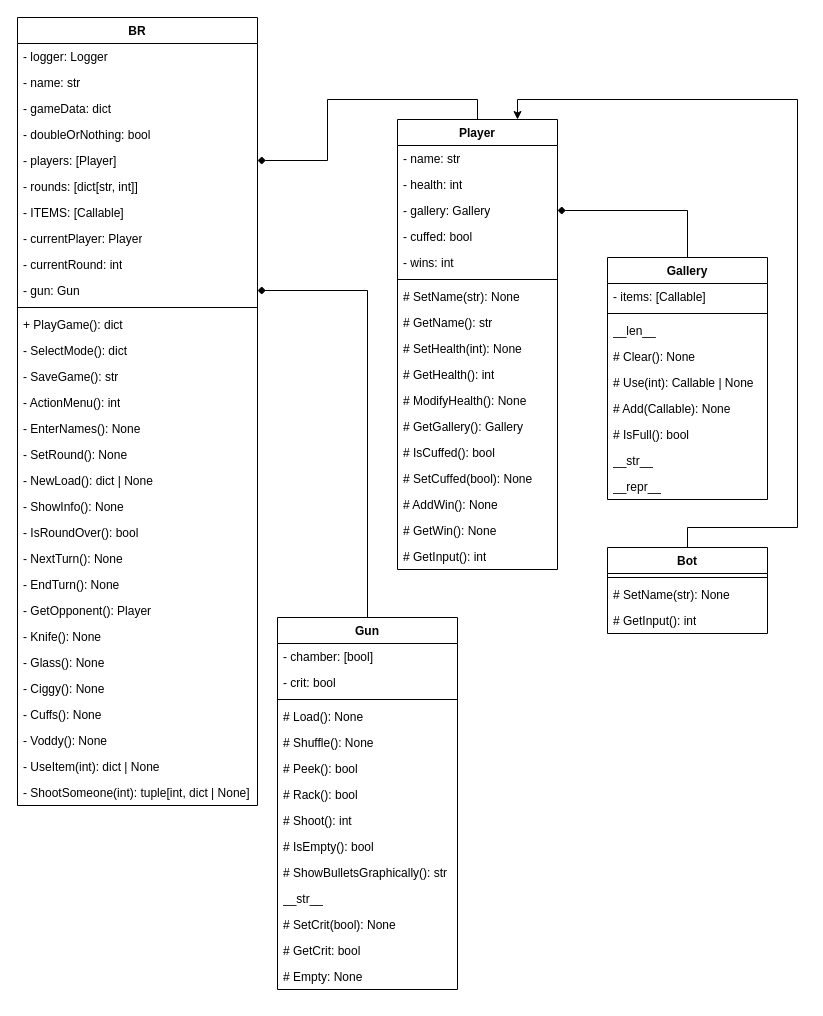
This is BR_OOPDiagram.drawio from StreetTT/BackshotRoulette, a draw.io file, before an edit. Source tidied: cells renumbered, new cells numbered last; positions are measured from the earlier drawing's top-left corner, leaving out a move shared by most shapes. Both pictures are drawn from the tidied source at 100%, with x=0, y=0 at pixel (17, 17).
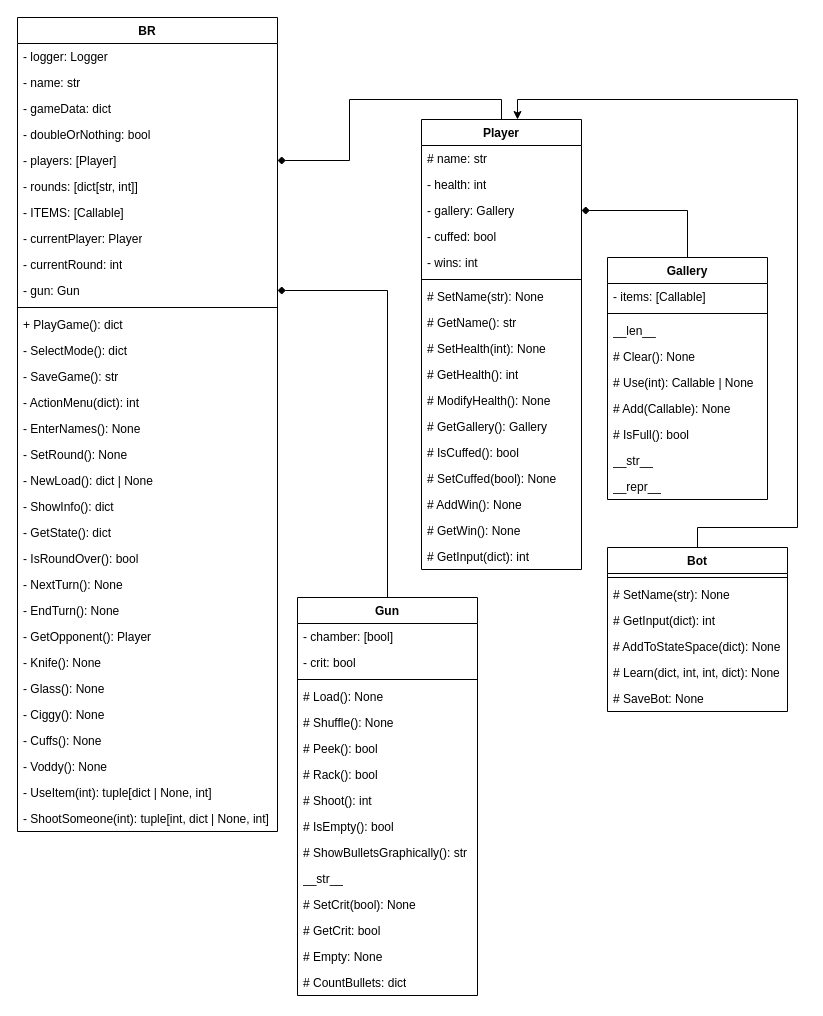
Above is the later version.

Diff of the diagram source:
```diff
@@
     <mxCell id="2" value="BR" style="swimlane;fontStyle=1;align=center;verticalAlign=top;horizontal=1;startSize=26;whiteSpace=wrap;html=1;" parent="1" vertex="1">
-      <mxGeometry width="240" height="788" as="geometry" />
+      <mxGeometry width="260" height="814" as="geometry" />
     </mxCell>
     <mxCell id="3" value="- logger: Logger" style="text;strokeColor=none;fillColor=none;align=left;verticalAlign=top;spacingLeft=4;spacingRight=4;overflow=hidden;whiteSpace=wrap;html=1;" parent="2" vertex="1">
-      <mxGeometry y="26" width="240" height="26" as="geometry" />
+      <mxGeometry y="26" width="260" height="26" as="geometry" />
     </mxCell>
     <mxCell id="4" value="- name: str" style="text;strokeColor=none;fillColor=none;align=left;verticalAlign=top;spacingLeft=4;spacingRight=4;overflow=hidden;whiteSpace=wrap;html=1;" parent="2" vertex="1">
-      <mxGeometry y="52" width="240" height="26" as="geometry" />
+      <mxGeometry y="52" width="260" height="26" as="geometry" />
     </mxCell>
     <mxCell id="5" value="&lt;div&gt;- gameData: dict&lt;/div&gt;" style="text;strokeColor=none;fillColor=none;align=left;verticalAlign=top;spacingLeft=4;spacingRight=4;overflow=hidden;whiteSpace=wrap;html=1;" parent="2" vertex="1">
-      <mxGeometry y="78" width="240" height="26" as="geometry" />
+      <mxGeometry y="78" width="260" height="26" as="geometry" />
     </mxCell>
     <mxCell id="6" value="- doubleOrNothing: bool" style="text;strokeColor=none;fillColor=none;align=left;verticalAlign=top;spacingLeft=4;spacingRight=4;overflow=hidden;whiteSpace=wrap;html=1;" parent="2" vertex="1">
-      <mxGeometry y="104" width="240" height="26" as="geometry" />
+      <mxGeometry y="104" width="260" height="26" as="geometry" />
     </mxCell>
     <mxCell id="7" value="- players: [Player]" style="text;strokeColor=none;fillColor=none;align=left;verticalAlign=top;spacingLeft=4;spacingRight=4;overflow=hidden;points=[[0,0.5],[1,0.5]];portConstraint=eastwest;whiteSpace=wrap;html=1;" parent="2" vertex="1">
-      <mxGeometry y="130" width="240" height="26" as="geometry" />
+      <mxGeometry y="130" width="260" height="26" as="geometry" />
     </mxCell>
     <mxCell id="8" value="- rounds: [dict[str, int]]" style="text;strokeColor=none;fillColor=none;align=left;verticalAlign=top;spacingLeft=4;spacingRight=4;overflow=hidden;whiteSpace=wrap;html=1;" parent="2" vertex="1">
-      <mxGeometry y="156" width="240" height="26" as="geometry" />
+      <mxGeometry y="156" width="260" height="26" as="geometry" />
     </mxCell>
     <mxCell id="9" value="- ITEMS: [Callable]" style="text;strokeColor=none;fillColor=none;align=left;verticalAlign=top;spacingLeft=4;spacingRight=4;overflow=hidden;whiteSpace=wrap;html=1;" parent="2" vertex="1">
-      <mxGeometry y="182" width="240" height="26" as="geometry" />
+      <mxGeometry y="182" width="260" height="26" as="geometry" />
     </mxCell>
     <mxCell id="10" value="- currentPlayer: Player" style="text;strokeColor=none;fillColor=none;align=left;verticalAlign=top;spacingLeft=4;spacingRight=4;overflow=hidden;whiteSpace=wrap;html=1;" parent="2" vertex="1">
-      <mxGeometry y="208" width="240" height="26" as="geometry" />
+      <mxGeometry y="208" width="260" height="26" as="geometry" />
     </mxCell>
     <mxCell id="11" value="- currentRound: int" style="text;strokeColor=none;fillColor=none;align=left;verticalAlign=top;spacingLeft=4;spacingRight=4;overflow=hidden;whiteSpace=wrap;html=1;" parent="2" vertex="1">
-      <mxGeometry y="234" width="240" height="26" as="geometry" />
+      <mxGeometry y="234" width="260" height="26" as="geometry" />
     </mxCell>
     <mxCell id="12" value="- gun: Gun" style="text;strokeColor=none;fillColor=none;align=left;verticalAlign=top;spacingLeft=4;spacingRight=4;overflow=hidden;points=[[0,0.5],[1,0.5]];portConstraint=eastwest;whiteSpace=wrap;html=1;" parent="2" vertex="1">
-      <mxGeometry y="260" width="240" height="26" as="geometry" />
+      <mxGeometry y="260" width="260" height="26" as="geometry" />
     </mxCell>
     <mxCell id="13" style="line;strokeWidth=1;fillColor=none;align=left;verticalAlign=middle;spacingTop=-1;spacingLeft=3;spacingRight=3;labelPosition=right;strokeColor=inherit;" parent="2" vertex="1">
-      <mxGeometry y="286" width="240" height="8" as="geometry" />
+      <mxGeometry y="286" width="260" height="8" as="geometry" />
     </mxCell>
     <mxCell id="14" value="+ PlayGame(): dict" style="text;strokeColor=none;fillColor=none;align=left;verticalAlign=top;spacingLeft=4;spacingRight=4;overflow=hidden;whiteSpace=wrap;html=1;" parent="2" vertex="1">
-      <mxGeometry y="294" width="240" height="26" as="geometry" />
+      <mxGeometry y="294" width="260" height="26" as="geometry" />
     </mxCell>
     <mxCell id="15" value="- SelectMode(): dict" style="text;strokeColor=none;fillColor=none;align=left;verticalAlign=top;spacingLeft=4;spacingRight=4;overflow=hidden;whiteSpace=wrap;html=1;" parent="2" vertex="1">
-      <mxGeometry y="320" width="240" height="26" as="geometry" />
+      <mxGeometry y="320" width="260" height="26" as="geometry" />
     </mxCell>
     <mxCell id="16" value="- SaveGame(): str" style="text;strokeColor=none;fillColor=none;align=left;verticalAlign=top;spacingLeft=4;spacingRight=4;overflow=hidden;whiteSpace=wrap;html=1;" parent="2" vertex="1">
-      <mxGeometry y="346" width="240" height="26" as="geometry" />
+      <mxGeometry y="346" width="260" height="26" as="geometry" />
     </mxCell>
-    <mxCell id="17" value="- ActionMenu(): int" style="text;strokeColor=none;fillColor=none;align=left;verticalAlign=top;spacingLeft=4;spacingRight=4;overflow=hidden;whiteSpace=wrap;html=1;" parent="2" vertex="1">
-      <mxGeometry y="372" width="240" height="26" as="geometry" />
+    <mxCell id="17" value="- ActionMenu(dict): int" style="text;strokeColor=none;fillColor=none;align=left;verticalAlign=top;spacingLeft=4;spacingRight=4;overflow=hidden;whiteSpace=wrap;html=1;" parent="2" vertex="1">
+      <mxGeometry y="372" width="260" height="26" as="geometry" />
     </mxCell>
     <mxCell id="18" value="- EnterNames(): None" style="text;strokeColor=none;fillColor=none;align=left;verticalAlign=top;spacingLeft=4;spacingRight=4;overflow=hidden;whiteSpace=wrap;html=1;" parent="2" vertex="1">
-      <mxGeometry y="398" width="240" height="26" as="geometry" />
+      <mxGeometry y="398" width="260" height="26" as="geometry" />
     </mxCell>
     <mxCell id="19" value="- SetRound(): None" style="text;strokeColor=none;fillColor=none;align=left;verticalAlign=top;spacingLeft=4;spacingRight=4;overflow=hidden;whiteSpace=wrap;html=1;" parent="2" vertex="1">
-      <mxGeometry y="424" width="240" height="26" as="geometry" />
+      <mxGeometry y="424" width="260" height="26" as="geometry" />
     </mxCell>
     <mxCell id="20" value="- NewLoad(): dict | None" style="text;strokeColor=none;fillColor=none;align=left;verticalAlign=top;spacingLeft=4;spacingRight=4;overflow=hidden;whiteSpace=wrap;html=1;" parent="2" vertex="1">
-      <mxGeometry y="450" width="240" height="26" as="geometry" />
+      <mxGeometry y="450" width="260" height="26" as="geometry" />
     </mxCell>
-    <mxCell id="21" value="- ShowInfo(): None" style="text;strokeColor=none;fillColor=none;align=left;verticalAlign=top;spacingLeft=4;spacingRight=4;overflow=hidden;whiteSpace=wrap;html=1;" parent="2" vertex="1">
-      <mxGeometry y="476" width="240" height="26" as="geometry" />
+    <mxCell id="21" value="- ShowInfo(): dict" style="text;strokeColor=none;fillColor=none;align=left;verticalAlign=top;spacingLeft=4;spacingRight=4;overflow=hidden;whiteSpace=wrap;html=1;" parent="2" vertex="1">
+      <mxGeometry y="476" width="260" height="26" as="geometry" />
     </mxCell>
+    <mxCell id="84" value="- GetState(): dict" style="text;strokeColor=none;fillColor=none;align=left;verticalAlign=top;spacingLeft=4;spacingRight=4;overflow=hidden;whiteSpace=wrap;html=1;" parent="2" vertex="1">
+      <mxGeometry y="502" width="260" height="26" as="geometry" />
+    </mxCell>
     <mxCell id="22" value="- IsRoundOver(): bool" style="text;strokeColor=none;fillColor=none;align=left;verticalAlign=top;spacingLeft=4;spacingRight=4;overflow=hidden;whiteSpace=wrap;html=1;" parent="2" vertex="1">
-      <mxGeometry y="502" width="240" height="26" as="geometry" />
+      <mxGeometry y="528" width="260" height="26" as="geometry" />
     </mxCell>
     <mxCell id="23" value="- NextTurn(): None" style="text;strokeColor=none;fillColor=none;align=left;verticalAlign=top;spacingLeft=4;spacingRight=4;overflow=hidden;whiteSpace=wrap;html=1;" parent="2" vertex="1">
-      <mxGeometry y="528" width="240" height="26" as="geometry" />
+      <mxGeometry y="554" width="260" height="26" as="geometry" />
     </mxCell>
     <mxCell id="24" value="- EndTurn(): None" style="text;strokeColor=none;fillColor=none;align=left;verticalAlign=top;spacingLeft=4;spacingRight=4;overflow=hidden;whiteSpace=wrap;html=1;" parent="2" vertex="1">
-      <mxGeometry y="554" width="240" height="26" as="geometry" />
+      <mxGeometry y="580" width="260" height="26" as="geometry" />
     </mxCell>
     <mxCell id="25" value="- GetOpponent(): Player" style="text;strokeColor=none;fillColor=none;align=left;verticalAlign=top;spacingLeft=4;spacingRight=4;overflow=hidden;whiteSpace=wrap;html=1;" parent="2" vertex="1">
-      <mxGeometry y="580" width="240" height="26" as="geometry" />
+      <mxGeometry y="606" width="260" height="26" as="geometry" />
     </mxCell>
     <mxCell id="26" value="- Knife(): None" style="text;strokeColor=none;fillColor=none;align=left;verticalAlign=top;spacingLeft=4;spacingRight=4;overflow=hidden;whiteSpace=wrap;html=1;" parent="2" vertex="1">
-      <mxGeometry y="606" width="240" height="26" as="geometry" />
+      <mxGeometry y="632" width="260" height="26" as="geometry" />
     </mxCell>
     <mxCell id="27" value="- Glass(): None" style="text;strokeColor=none;fillColor=none;align=left;verticalAlign=top;spacingLeft=4;spacingRight=4;overflow=hidden;whiteSpace=wrap;html=1;" parent="2" vertex="1">
-      <mxGeometry y="632" width="240" height="26" as="geometry" />
+      <mxGeometry y="658" width="260" height="26" as="geometry" />
     </mxCell>
     <mxCell id="28" value="- Ciggy(): None" style="text;strokeColor=none;fillColor=none;align=left;verticalAlign=top;spacingLeft=4;spacingRight=4;overflow=hidden;whiteSpace=wrap;html=1;" parent="2" vertex="1">
-      <mxGeometry y="658" width="240" height="26" as="geometry" />
+      <mxGeometry y="684" width="260" height="26" as="geometry" />
     </mxCell>
     <mxCell id="29" value="- Cuffs(): None" style="text;strokeColor=none;fillColor=none;align=left;verticalAlign=top;spacingLeft=4;spacingRight=4;overflow=hidden;whiteSpace=wrap;html=1;" parent="2" vertex="1">
-      <mxGeometry y="684" width="240" height="26" as="geometry" />
+      <mxGeometry y="710" width="260" height="26" as="geometry" />
     </mxCell>
     <mxCell id="30" value="- Voddy(): None" style="text;strokeColor=none;fillColor=none;align=left;verticalAlign=top;spacingLeft=4;spacingRight=4;overflow=hidden;whiteSpace=wrap;html=1;" parent="2" vertex="1">
-      <mxGeometry y="710" width="240" height="26" as="geometry" />
+      <mxGeometry y="736" width="260" height="26" as="geometry" />
     </mxCell>
-    <mxCell id="31" value="- UseItem(int): dict | None" style="text;strokeColor=none;fillColor=none;align=left;verticalAlign=top;spacingLeft=4;spacingRight=4;overflow=hidden;whiteSpace=wrap;html=1;" parent="2" vertex="1">
-      <mxGeometry y="736" width="240" height="26" as="geometry" />
+    <mxCell id="31" value="- UseItem(int): tuple[dict | None, int]" style="text;strokeColor=none;fillColor=none;align=left;verticalAlign=top;spacingLeft=4;spacingRight=4;overflow=hidden;whiteSpace=wrap;html=1;" parent="2" vertex="1">
+      <mxGeometry y="762" width="260" height="26" as="geometry" />
     </mxCell>
-    <mxCell id="32" value="- ShootSomeone(int): tuple[int, dict | None]" style="text;strokeColor=none;fillColor=none;align=left;verticalAlign=top;spacingLeft=4;spacingRight=4;overflow=hidden;whiteSpace=wrap;html=1;" parent="2" vertex="1">
-      <mxGeometry y="762" width="240" height="26" as="geometry" />
+    <mxCell id="32" value="- ShootSomeone(int): tuple[int, dict | None, int]" style="text;strokeColor=none;fillColor=none;align=left;verticalAlign=top;spacingLeft=4;spacingRight=4;overflow=hidden;whiteSpace=wrap;html=1;" parent="2" vertex="1">
+      <mxGeometry y="788" width="260" height="26" as="geometry" />
     </mxCell>
@@
     <mxCell id="34" value="Player" style="swimlane;fontStyle=1;align=center;verticalAlign=top;horizontal=1;startSize=26;whiteSpace=wrap;html=1;" parent="1" vertex="1">
-      <mxGeometry x="380" y="102" width="160" height="450" as="geometry" />
+      <mxGeometry x="404" y="102" width="160" height="450" as="geometry" />
     </mxCell>
-    <mxCell id="35" value="- name: str" style="text;strokeColor=none;fillColor=none;align=left;verticalAlign=top;spacingLeft=4;spacingRight=4;overflow=hidden;whiteSpace=wrap;html=1;" parent="34" vertex="1">
+    <mxCell id="35" value="# name: str" style="text;strokeColor=none;fillColor=none;align=left;verticalAlign=top;spacingLeft=4;spacingRight=4;overflow=hidden;whiteSpace=wrap;html=1;" parent="34" vertex="1">
       <mxGeometry y="26" width="160" height="26" as="geometry" />
     </mxCell>
@@
-    <mxCell id="51" value="# GetInput(): int" style="text;strokeColor=none;fillColor=none;align=left;verticalAlign=top;spacingLeft=4;spacingRight=4;overflow=hidden;whiteSpace=wrap;html=1;" parent="34" vertex="1">
+    <mxCell id="51" value="# GetInput(dict): int" style="text;strokeColor=none;fillColor=none;align=left;verticalAlign=top;spacingLeft=4;spacingRight=4;overflow=hidden;whiteSpace=wrap;html=1;" parent="34" vertex="1">
       <mxGeometry y="424" width="160" height="26" as="geometry" />
     </mxCell>
@@
     <mxCell id="53" value="Gun" style="swimlane;fontStyle=1;align=center;verticalAlign=top;horizontal=1;startSize=26;whiteSpace=wrap;html=1;" parent="1" vertex="1">
-      <mxGeometry x="260" y="600" width="180" height="372" as="geometry" />
+      <mxGeometry x="280" y="580" width="180" height="398" as="geometry" />
     </mxCell>
@@
+    <mxCell id="85" value="# CountBullets: dict" style="text;strokeColor=none;fillColor=none;align=left;verticalAlign=top;spacingLeft=4;spacingRight=4;overflow=hidden;whiteSpace=wrap;html=1;" parent="53" vertex="1">
+      <mxGeometry y="372" width="180" height="26" as="geometry" />
+    </mxCell>
@@
-    <mxCell id="79" style="edgeStyle=orthogonalEdgeStyle;rounded=0;jettySize=auto;html=1;exitX=0.5;exitY=0;exitDx=0;exitDy=0;entryX=0.75;entryY=0;entryDx=0;entryDy=0;" parent="1" edge="1" source="80" target="34">
+    <mxCell id="79" style="edgeStyle=orthogonalEdgeStyle;rounded=0;jettySize=auto;html=1;exitX=0.5;exitY=0;exitDx=0;exitDy=0;" parent="1" edge="1" source="80" target="34">
       <mxGeometry relative="1" as="geometry">
         <Array as="points">
+          <mxPoint x="680" y="510" />
           <mxPoint x="780" y="510" />
           <mxPoint x="780" y="82" />
           <mxPoint x="500" y="82" />
         </Array>
       </mxGeometry>
     </mxCell>
     <mxCell id="80" value="Bot" style="swimlane;fontStyle=1;align=center;verticalAlign=top;horizontal=1;startSize=26;whiteSpace=wrap;html=1;" parent="1" vertex="1">
-      <mxGeometry x="590" y="530" width="160" height="86" as="geometry" />
+      <mxGeometry x="590" y="530" width="180" height="164" as="geometry" />
     </mxCell>
     <mxCell id="81" style="line;strokeWidth=1;fillColor=none;align=left;verticalAlign=middle;spacingTop=-1;spacingLeft=3;spacingRight=3;labelPosition=right;strokeColor=inherit;" parent="80" vertex="1">
-      <mxGeometry y="26" width="160" height="8" as="geometry" />
+      <mxGeometry y="26" width="180" height="8" as="geometry" />
     </mxCell>
     <mxCell id="82" value="# SetName(str): None" style="text;strokeColor=none;fillColor=none;align=left;verticalAlign=top;spacingLeft=4;spacingRight=4;overflow=hidden;whiteSpace=wrap;html=1;" parent="80" vertex="1">
-      <mxGeometry y="34" width="160" height="26" as="geometry" />
+      <mxGeometry y="34" width="180" height="26" as="geometry" />
     </mxCell>
-    <mxCell id="83" value="# GetInput(): int" style="text;strokeColor=none;fillColor=none;align=left;verticalAlign=top;spacingLeft=4;spacingRight=4;overflow=hidden;whiteSpace=wrap;html=1;" parent="80" vertex="1">
-      <mxGeometry y="60" width="160" height="26" as="geometry" />
+    <mxCell id="83" value="# GetInput(dict): int" style="text;strokeColor=none;fillColor=none;align=left;verticalAlign=top;spacingLeft=4;spacingRight=4;overflow=hidden;whiteSpace=wrap;html=1;" parent="80" vertex="1">
+      <mxGeometry y="60" width="180" height="26" as="geometry" />
     </mxCell>
+    <mxCell id="86" value="# AddToStateSpace(dict): None" style="text;strokeColor=none;fillColor=none;align=left;verticalAlign=top;spacingLeft=4;spacingRight=4;overflow=hidden;whiteSpace=wrap;html=1;" parent="80" vertex="1">
+      <mxGeometry y="86" width="180" height="26" as="geometry" />
+    </mxCell>
+    <mxCell id="87" value="# Learn(dict, int, int, dict): None" style="text;strokeColor=none;fillColor=none;align=left;verticalAlign=top;spacingLeft=4;spacingRight=4;overflow=hidden;whiteSpace=wrap;html=1;" parent="80" vertex="1">
+      <mxGeometry y="112" width="180" height="26" as="geometry" />
+    </mxCell>
+    <mxCell id="88" value="# SaveBot: None" style="text;strokeColor=none;fillColor=none;align=left;verticalAlign=top;spacingLeft=4;spacingRight=4;overflow=hidden;whiteSpace=wrap;html=1;" parent="80" vertex="1">
+      <mxGeometry y="138" width="180" height="26" as="geometry" />
+    </mxCell>
```
